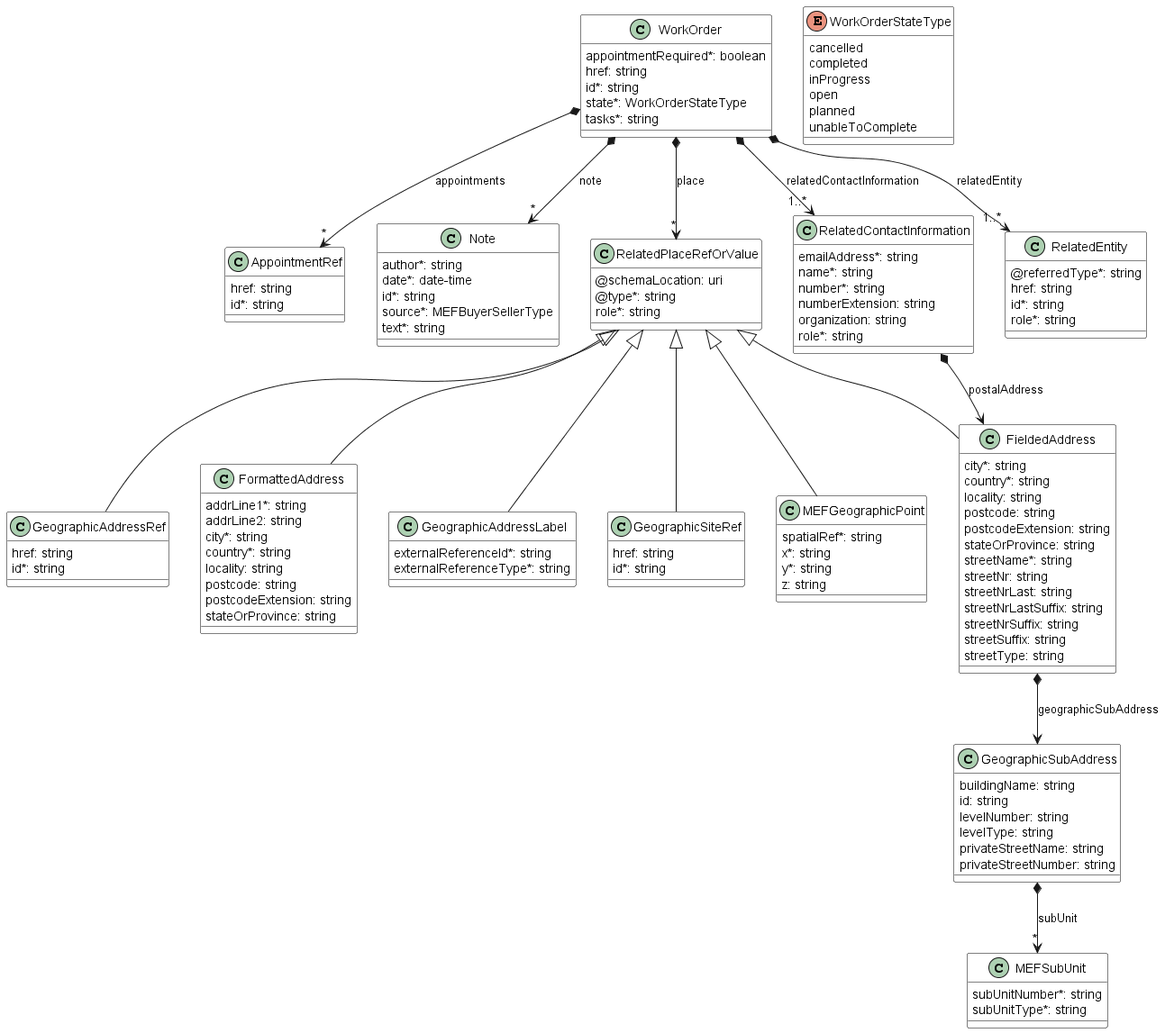
Above: documentation/productApi/workforce/media/useCase14WorkOrderModel.png in MEF-GIT/MEF-LSO-Sonata-SDK (PlantUML), before the change.
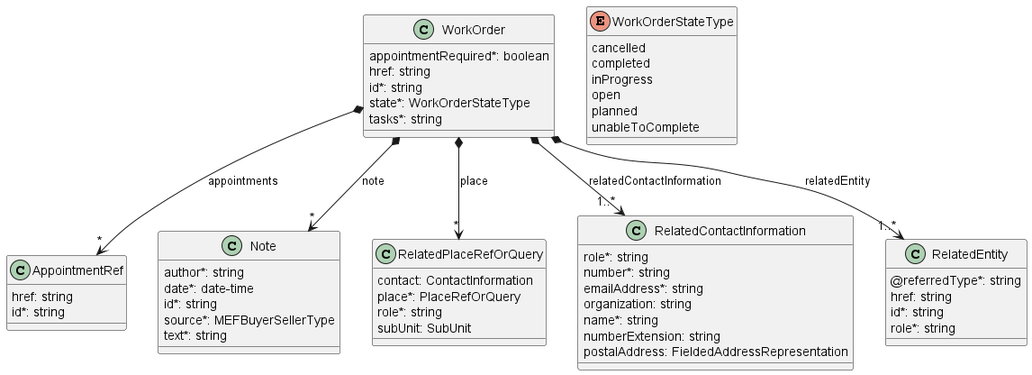
After the change.

What changed in the source:
```diff
@@ -1,8 +1,4 @@
 @startuml
-skinparam {
-    ClassBackgroundColor White
-    ClassBorderColor Black
-}
 
 class WorkOrder {
 
@@ -15,7 +11,7 @@
 
 WorkOrder *-->"*" AppointmentRef : appointments
 WorkOrder *-->"*" Note : note
-WorkOrder *-->"*" RelatedPlaceRefOrValue : place
+WorkOrder *-->"*" RelatedPlaceRefOrQuery : place
 WorkOrder *-->"1..*" RelatedContactInformation : relatedContactInformation
 WorkOrder *-->"1..*" RelatedEntity : relatedEntity
 
@@ -36,51 +32,6 @@
     id*: string
 }
 
-class FieldedAddress {
-
-    city*: string
-    country*: string
-    locality: string
-    postcode: string
-    postcodeExtension: string
-    stateOrProvince: string
-    streetName*: string
-    streetNr: string
-    streetNrLast: string
-    streetNrLastSuffix: string
-    streetNrSuffix: string
-    streetSuffix: string
-    streetType: string
-}
-RelatedPlaceRefOrValue <|-- FieldedAddress
-
-FieldedAddress *--> GeographicSubAddress : geographicSubAddress
-
-class GeographicSubAddress {
-
-    buildingName: string
-    id: string
-    levelNumber: string
-    levelType: string
-    privateStreetName: string
-    privateStreetNumber: string
-}
-
-GeographicSubAddress *-->"*" MEFSubUnit : subUnit
-
-
-class RelatedContactInformation {
-
-    emailAddress*: string
-    name*: string
-    number*: string
-    numberExtension: string
-    organization: string
-    role*: string
-}
-
-RelatedContactInformation *--> FieldedAddress : postalAddress
-
 class RelatedEntity {
 
     @referredType*: string
@@ -89,41 +40,6 @@
     role*: string
 }
 
-
-class GeographicAddressRef {
-
-    href: string
-    id*: string
-}
-RelatedPlaceRefOrValue <|-- GeographicAddressRef
-class FormattedAddress {
-
-    addrLine1*: string
-    addrLine2: string
-    city*: string
-    country*: string
-    locality: string
-    postcode: string
-    postcodeExtension: string
-    stateOrProvince: string
-}
-RelatedPlaceRefOrValue <|-- FormattedAddress
-
-
-class GeographicAddressLabel {
-
-    externalReferenceId*: string
-    externalReferenceType*: string
-}
-RelatedPlaceRefOrValue <|-- GeographicAddressLabel
-
-
-class GeographicSiteRef {
-
-    href: string
-    id*: string
-}
-RelatedPlaceRefOrValue <|-- GeographicSiteRef
 
 
 
@@ -136,28 +52,22 @@
     text*: string
 }
 
-
-class MEFGeographicPoint {
-
-    spatialRef*: string
-    x*: string
-    y*: string
-    z: string
-}
-RelatedPlaceRefOrValue <|-- MEFGeographicPoint
-
-
-class MEFSubUnit {
-
-    subUnitNumber*: string
-    subUnitType*: string
+class RelatedPlaceRefOrQuery {
+    contact: ContactInformation
+    place*: PlaceRefOrQuery
+    role*: string
+    subUnit: SubUnit
 }
 
-class RelatedPlaceRefOrValue {
+class RelatedContactInformation {
 
-    @schemaLocation: uri
-    @type*: string
     role*: string
+    number*: string
+    emailAddress*: string
+    organization: string
+    name*: string
+    numberExtension: string
+    postalAddress: FieldedAddressRepresentation
 }
 
 
```
